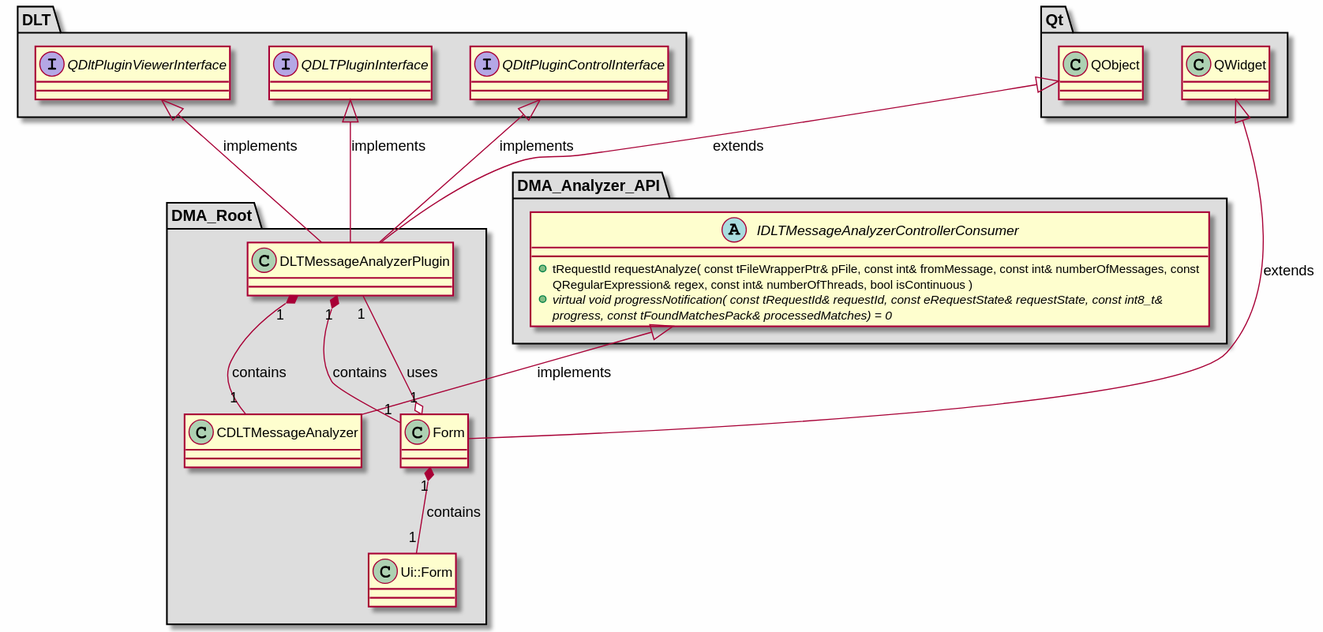
svlad-90/DLT-Message-Analyzer keeps this PlantUML diagram as md/dev_docs/puml/DMA_Root_standalone.svg. Above is the earlier version.
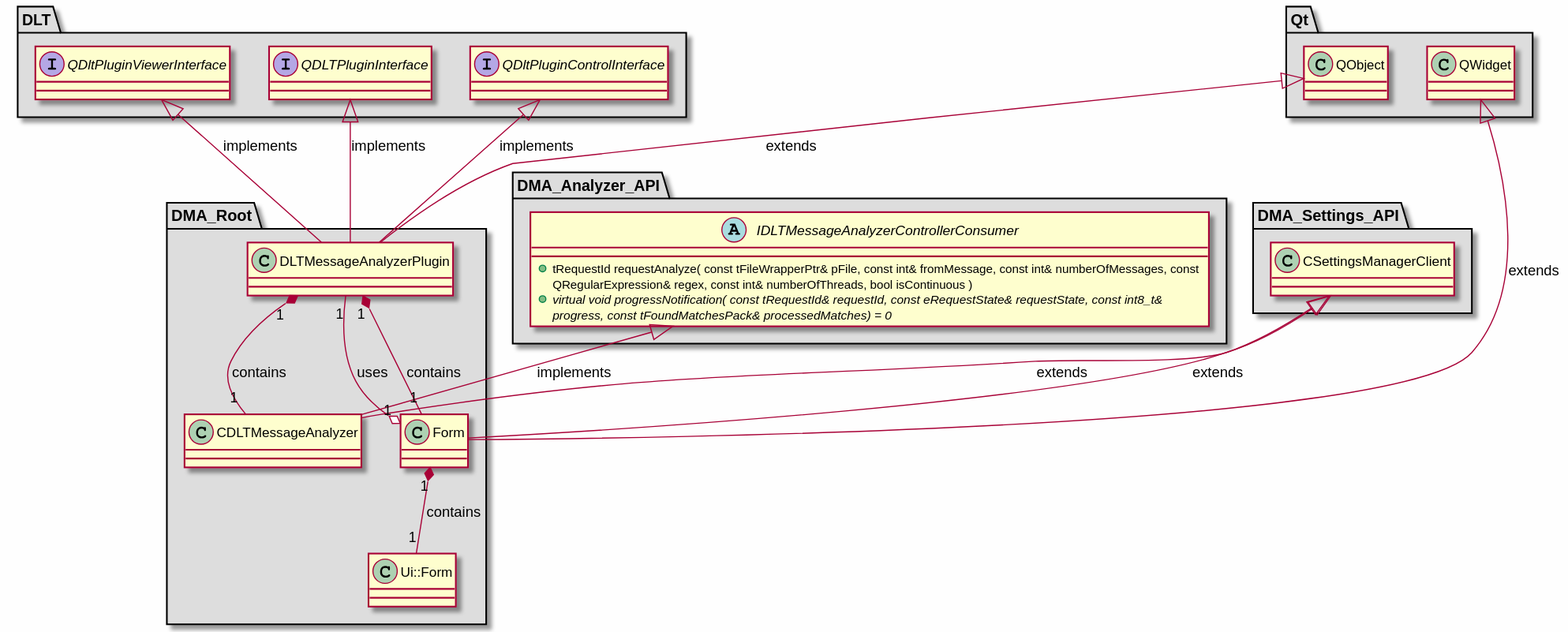
Later version of the same file.

Diff of the diagram source:
```diff
@@ -51,6 +51,15 @@
 
 }
 
+package "DMA_Settings_API" #DDDDDD
+{
+
+class "CSettingsManagerClient"
+{
+}
+
+}
+
 package "Qt" #DDDDDD
 {
 
@@ -64,11 +73,13 @@
 
 }
 
+CSettingsManagerClient <|-- CDLTMessageAnalyzer : extends
 IDLTMessageAnalyzerControllerConsumer <|-- CDLTMessageAnalyzer : implements
 QDLTPluginInterface <|-- DLTMessageAnalyzerPlugin : implements
 QDltPluginControlInterface <|-- DLTMessageAnalyzerPlugin : implements
 QDltPluginViewerInterface <|-- DLTMessageAnalyzerPlugin : implements
 QObject <|-- DLTMessageAnalyzerPlugin : extends
+CSettingsManagerClient <|-- Form : extends
 QWidget <|-- Form : extends
 
 DLTMessageAnalyzerPlugin "1" *-- "1" CDLTMessageAnalyzer : contains
```
